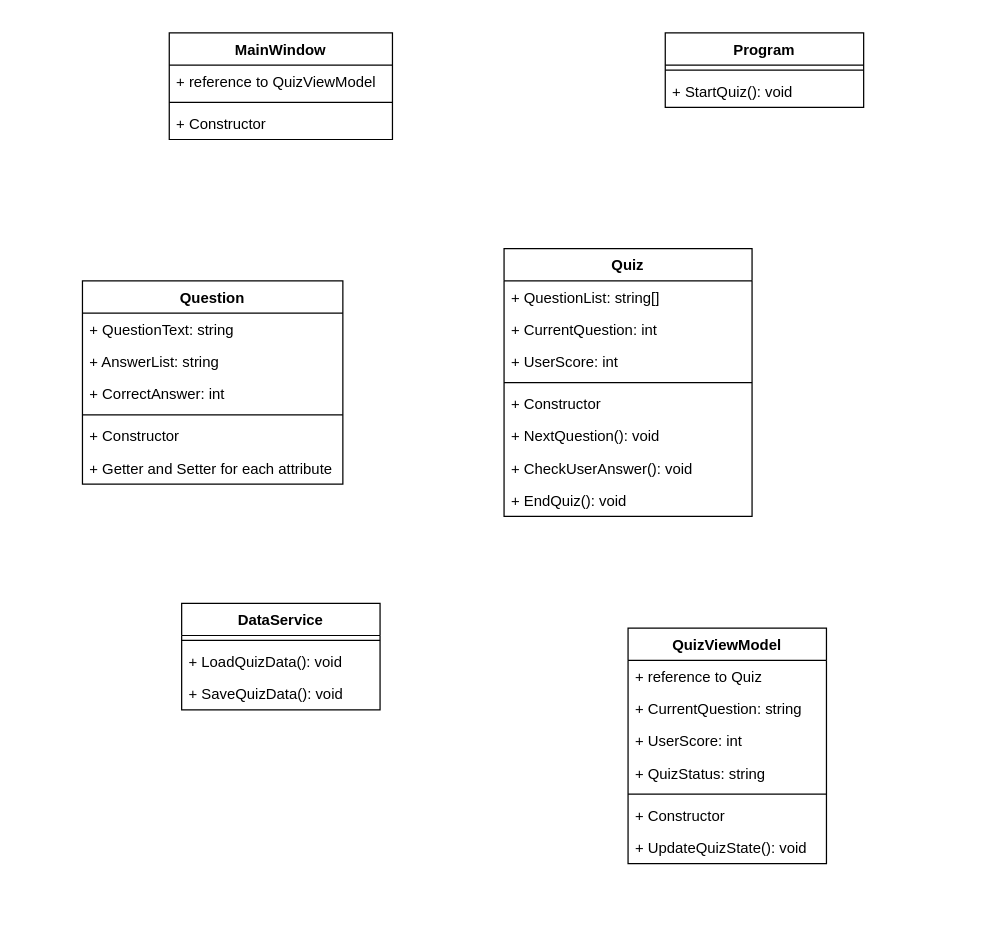
This is QuizApp.drawio from styrexandhitzoki/QuizApp, a draw.io file, before an edit. Source tidied: cells renumbered, new cells numbered last; positions are measured from the earlier drawing's top-left corner, leaving out a move shared by most shapes. Both pictures are drawn from the tidied source at 124%, with x=0, y=0 at pixel (82, 32).
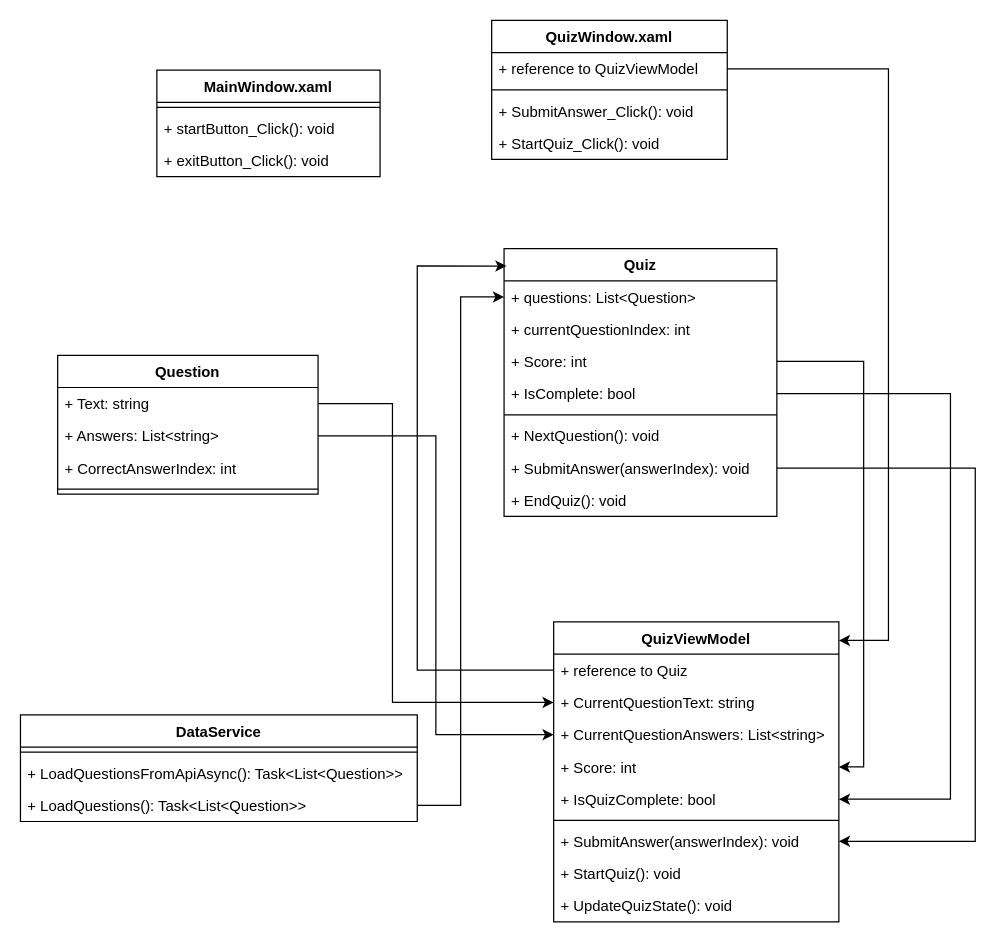
The same page after the edit.

The edit, as a diff of the source:
```diff
@@
-    <mxCell id="2" value="MainWindow" style="swimlane;fontStyle=1;align=center;verticalAlign=top;horizontal=1;startSize=26;" parent="1" vertex="1">
-      <mxGeometry x="70" width="180" height="86" as="geometry" />
+    <mxCell id="2" value="MainWindow.xaml" style="swimlane;fontStyle=1;align=center;verticalAlign=top;horizontal=1;startSize=26;" parent="1" vertex="1">
+      <mxGeometry x="60" y="30" width="180" height="86" as="geometry" />
     </mxCell>
-    <mxCell id="3" value="+ reference to QuizViewModel" style="text;strokeColor=none;fillColor=none;align=left;verticalAlign=top;spacingLeft=4;spacingRight=4;overflow=hidden;points=[[0,0.5],[1,0.5]];portConstraint=eastwest;" parent="2" vertex="1">
-      <mxGeometry y="26" width="180" height="26" as="geometry" />
-    </mxCell>
     <mxCell id="4" style="line;strokeWidth=1;fillColor=none;align=left;verticalAlign=middle;spacingTop=-1;spacingLeft=3;spacingRight=3;labelPosition=right;strokeColor=inherit;" parent="2" vertex="1">
-      <mxGeometry y="52" width="180" height="8" as="geometry" />
+      <mxGeometry y="26" width="180" height="8" as="geometry" />
     </mxCell>
-    <mxCell id="5" value="+ Constructor" style="text;strokeColor=none;fillColor=none;align=left;verticalAlign=top;spacingLeft=4;spacingRight=4;overflow=hidden;" parent="2" vertex="1">
-      <mxGeometry y="60" width="180" height="26" as="geometry" />
-    </mxCell>
-    <mxCell id="6" value="Program" style="swimlane;fontStyle=1;align=center;verticalAlign=top;horizontal=1;startSize=26;" parent="1" vertex="1">
-      <mxGeometry x="470" width="160" height="60" as="geometry" />
-    </mxCell>
-    <mxCell id="7" style="line;strokeWidth=1;fillColor=none;align=left;verticalAlign=middle;spacingTop=-1;spacingLeft=3;spacingRight=3;labelPosition=right;strokeColor=inherit;" parent="6" vertex="1">
-      <mxGeometry y="26" width="160" height="8" as="geometry" />
-    </mxCell>
-    <mxCell id="8" value="+ StartQuiz(): void" style="text;strokeColor=none;fillColor=none;align=left;verticalAlign=top;spacingLeft=4;spacingRight=4;overflow=hidden;" parent="6" vertex="1">
-      <mxGeometry y="34" width="160" height="26" as="geometry" />
-    </mxCell>
+    <mxCell id="37" value="+ startButton_Click(): void" style="text;strokeColor=none;fillColor=none;align=left;verticalAlign=top;spacingLeft=4;spacingRight=4;overflow=hidden;" parent="2" vertex="1">
+      <mxGeometry y="34" width="180" height="26" as="geometry" />
+    </mxCell>
+    <mxCell id="38" value="+ exitButton_Click(): void" style="text;strokeColor=none;fillColor=none;align=left;verticalAlign=top;spacingLeft=4;spacingRight=4;overflow=hidden;" parent="2" vertex="1">
+      <mxGeometry y="60" width="180" height="26" as="geometry" />
+    </mxCell>
     <mxCell id="9" value="Question" style="swimlane;fontStyle=1;align=center;verticalAlign=top;horizontal=1;startSize=26;" parent="1" vertex="1">
-      <mxGeometry y="200" width="210" height="164" as="geometry" />
+      <mxGeometry x="-20" y="260" width="210" height="112" as="geometry" />
     </mxCell>
-    <mxCell id="10" value="+ QuestionText: string" style="text;strokeColor=none;fillColor=none;align=left;verticalAlign=top;spacingLeft=4;spacingRight=4;overflow=hidden;points=[[0,0.5],[1,0.5]];portConstraint=eastwest;" parent="9" vertex="1">
+    <mxCell id="10" value="+ Text: string" style="text;strokeColor=none;fillColor=none;align=left;verticalAlign=top;spacingLeft=4;spacingRight=4;overflow=hidden;points=[[0,0.5],[1,0.5]];portConstraint=eastwest;" parent="9" vertex="1">
       <mxGeometry y="26" width="210" height="26" as="geometry" />
     </mxCell>
-    <mxCell id="11" value="+ AnswerList: string" style="text;strokeColor=none;fillColor=none;align=left;verticalAlign=top;spacingLeft=4;spacingRight=4;overflow=hidden;points=[[0,0.5],[1,0.5]];portConstraint=eastwest;" parent="9" vertex="1">
+    <mxCell id="11" value="+ Answers: List&lt;string&gt;" style="text;strokeColor=none;fillColor=none;align=left;verticalAlign=top;spacingLeft=4;spacingRight=4;overflow=hidden;points=[[0,0.5],[1,0.5]];portConstraint=eastwest;" parent="9" vertex="1">
       <mxGeometry y="52" width="210" height="26" as="geometry" />
     </mxCell>
-    <mxCell id="12" value="+ CorrectAnswer: int" style="text;strokeColor=none;fillColor=none;align=left;verticalAlign=top;spacingLeft=4;spacingRight=4;overflow=hidden;" parent="9" vertex="1">
+    <mxCell id="12" value="+ CorrectAnswerIndex: int" style="text;strokeColor=none;fillColor=none;align=left;verticalAlign=top;spacingLeft=4;spacingRight=4;overflow=hidden;" parent="9" vertex="1">
       <mxGeometry y="78" width="210" height="26" as="geometry" />
     </mxCell>
@@
-    <mxCell id="14" value="+ Constructor" style="text;strokeColor=none;fillColor=none;align=left;verticalAlign=top;spacingLeft=4;spacingRight=4;overflow=hidden;" parent="9" vertex="1">
-      <mxGeometry y="112" width="210" height="26" as="geometry" />
-    </mxCell>
-    <mxCell id="15" value="+ Getter and Setter for each attribute" style="text;strokeColor=none;fillColor=none;align=left;verticalAlign=top;spacingLeft=4;spacingRight=4;overflow=hidden;" parent="9" vertex="1">
-      <mxGeometry y="138" width="210" height="26" as="geometry" />
-    </mxCell>
     <mxCell id="16" value="Quiz" style="swimlane;fontStyle=1;align=center;verticalAlign=top;horizontal=1;startSize=26;" parent="1" vertex="1">
-      <mxGeometry x="340" y="174" width="200" height="216" as="geometry" />
+      <mxGeometry x="340" y="174" width="220" height="216" as="geometry" />
     </mxCell>
-    <mxCell id="17" value="+ QuestionList: string[]" style="text;strokeColor=none;fillColor=none;align=left;verticalAlign=top;spacingLeft=4;spacingRight=4;overflow=hidden;points=[[0,0.5],[1,0.5]];portConstraint=eastwest;" parent="16" vertex="1">
-      <mxGeometry y="26" width="200" height="26" as="geometry" />
+    <mxCell id="17" value="+ questions: List&lt;Question&gt;" style="text;strokeColor=none;fillColor=none;align=left;verticalAlign=top;spacingLeft=4;spacingRight=4;overflow=hidden;points=[[0,0.5],[1,0.5]];portConstraint=eastwest;" parent="16" vertex="1">
+      <mxGeometry y="26" width="220" height="26" as="geometry" />
     </mxCell>
-    <mxCell id="18" value="+ CurrentQuestion: int" style="text;strokeColor=none;fillColor=none;align=left;verticalAlign=top;spacingLeft=4;spacingRight=4;overflow=hidden;" parent="16" vertex="1">
-      <mxGeometry y="52" width="200" height="26" as="geometry" />
+    <mxCell id="18" value="+ currentQuestionIndex: int" style="text;strokeColor=none;fillColor=none;align=left;verticalAlign=top;spacingLeft=4;spacingRight=4;overflow=hidden;" parent="16" vertex="1">
+      <mxGeometry y="52" width="220" height="26" as="geometry" />
     </mxCell>
-    <mxCell id="19" value="+ UserScore: int" style="text;strokeColor=none;fillColor=none;align=left;verticalAlign=top;spacingLeft=4;spacingRight=4;overflow=hidden;points=[[0,0.5],[1,0.5]];portConstraint=eastwest;" parent="16" vertex="1">
-      <mxGeometry y="78" width="200" height="26" as="geometry" />
+    <mxCell id="19" value="+ Score: int" style="text;strokeColor=none;fillColor=none;align=left;verticalAlign=top;spacingLeft=4;spacingRight=4;overflow=hidden;points=[[0,0.5],[1,0.5]];portConstraint=eastwest;" parent="16" vertex="1">
+      <mxGeometry y="78" width="220" height="26" as="geometry" />
     </mxCell>
+    <mxCell id="39" value="+ IsComplete: bool" style="text;strokeColor=none;fillColor=none;align=left;verticalAlign=top;spacingLeft=4;spacingRight=4;overflow=hidden;points=[[0,0.5],[1,0.5]];portConstraint=eastwest;" parent="16" vertex="1">
+      <mxGeometry y="104" width="220" height="26" as="geometry" />
+    </mxCell>
     <mxCell id="20" style="line;strokeWidth=1;fillColor=none;align=left;verticalAlign=middle;spacingTop=-1;spacingLeft=3;spacingRight=3;labelPosition=right;strokeColor=inherit;" parent="16" vertex="1">
-      <mxGeometry y="104" width="200" height="8" as="geometry" />
+      <mxGeometry y="130" width="220" height="8" as="geometry" />
     </mxCell>
-    <mxCell id="21" value="+ Constructor " style="text;strokeColor=none;fillColor=none;align=left;verticalAlign=top;spacingLeft=4;spacingRight=4;overflow=hidden;" parent="16" vertex="1">
-      <mxGeometry y="112" width="200" height="26" as="geometry" />
-    </mxCell>
     <mxCell id="22" value="+ NextQuestion(): void" style="text;strokeColor=none;fillColor=none;align=left;verticalAlign=top;spacingLeft=4;spacingRight=4;overflow=hidden;" parent="16" vertex="1">
-      <mxGeometry y="138" width="200" height="26" as="geometry" />
+      <mxGeometry y="138" width="220" height="26" as="geometry" />
     </mxCell>
-    <mxCell id="23" value="+ CheckUserAnswer(): void" style="text;strokeColor=none;fillColor=none;align=left;verticalAlign=top;spacingLeft=4;spacingRight=4;overflow=hidden;points=[[0,0.5],[1,0.5]];portConstraint=eastwest;" parent="16" vertex="1">
-      <mxGeometry y="164" width="200" height="26" as="geometry" />
+    <mxCell id="23" value="+ SubmitAnswer(answerIndex): void" style="text;strokeColor=none;fillColor=none;align=left;verticalAlign=top;spacingLeft=4;spacingRight=4;overflow=hidden;points=[[0,0.5],[1,0.5]];portConstraint=eastwest;" parent="16" vertex="1">
+      <mxGeometry y="164" width="220" height="26" as="geometry" />
     </mxCell>
     <mxCell id="24" value="+ EndQuiz(): void" style="text;strokeColor=none;fillColor=none;align=left;verticalAlign=top;spacingLeft=4;spacingRight=4;overflow=hidden;" parent="16" vertex="1">
-      <mxGeometry y="190" width="200" height="26" as="geometry" />
+      <mxGeometry y="190" width="220" height="26" as="geometry" />
     </mxCell>
     <mxCell id="25" value="DataService" style="swimlane;fontStyle=1;align=center;verticalAlign=top;horizontal=1;startSize=26;" parent="1" vertex="1">
-      <mxGeometry x="80" y="460" width="160" height="86" as="geometry" />
+      <mxGeometry x="-50" y="550" width="320" height="86" as="geometry" />
     </mxCell>
     <mxCell id="26" style="line;strokeWidth=1;fillColor=none;align=left;verticalAlign=middle;spacingTop=-1;spacingLeft=3;spacingRight=3;labelPosition=right;strokeColor=inherit;" parent="25" vertex="1">
-      <mxGeometry y="26" width="160" height="8" as="geometry" />
+      <mxGeometry y="26" width="320" height="8" as="geometry" />
     </mxCell>
-    <mxCell id="27" value="+ LoadQuizData(): void" style="text;strokeColor=none;fillColor=none;align=left;verticalAlign=top;spacingLeft=4;spacingRight=4;overflow=hidden;" parent="25" vertex="1">
-      <mxGeometry y="34" width="160" height="26" as="geometry" />
+    <mxCell id="27" value="+ LoadQuestionsFromApiAsync(): Task&lt;List&lt;Question&gt;&gt;" style="text;strokeColor=none;fillColor=none;align=left;verticalAlign=top;spacingLeft=4;spacingRight=4;overflow=hidden;" parent="25" vertex="1">
+      <mxGeometry y="34" width="320" height="26" as="geometry" />
     </mxCell>
-    <mxCell id="28" value="+ SaveQuizData(): void" style="text;strokeColor=none;fillColor=none;align=left;verticalAlign=top;spacingLeft=4;spacingRight=4;overflow=hidden;points=[[0,0.5],[1,0.5]];portConstraint=eastwest;" parent="25" vertex="1">
-      <mxGeometry y="60" width="160" height="26" as="geometry" />
+    <mxCell id="28" value="+ LoadQuestions(): Task&lt;List&lt;Question&gt;&gt;" style="text;strokeColor=none;fillColor=none;align=left;verticalAlign=top;spacingLeft=4;spacingRight=4;overflow=hidden;points=[[0,0.5],[1,0.5]];portConstraint=eastwest;" parent="25" vertex="1">
+      <mxGeometry y="60" width="320" height="26" as="geometry" />
     </mxCell>
     <mxCell id="29" value="QuizViewModel" style="swimlane;fontStyle=1;align=center;verticalAlign=top;horizontal=1;startSize=26;" parent="1" vertex="1">
-      <mxGeometry x="440" y="480" width="160" height="190" as="geometry" />
+      <mxGeometry x="380" y="475" width="230" height="242" as="geometry" />
     </mxCell>
     <mxCell id="30" value="+ reference to Quiz" style="text;strokeColor=none;fillColor=none;align=left;verticalAlign=top;spacingLeft=4;spacingRight=4;overflow=hidden;points=[[0,0.5],[1,0.5]];portConstraint=eastwest;" parent="29" vertex="1">
-      <mxGeometry y="26" width="160" height="26" as="geometry" />
+      <mxGeometry y="26" width="230" height="26" as="geometry" />
     </mxCell>
-    <mxCell id="31" value="+ CurrentQuestion: string" style="text;strokeColor=none;fillColor=none;align=left;verticalAlign=top;spacingLeft=4;spacingRight=4;overflow=hidden;points=[[0,0.5],[1,0.5]];portConstraint=eastwest;" parent="29" vertex="1">
-      <mxGeometry y="52" width="160" height="26" as="geometry" />
+    <mxCell id="31" value="+ CurrentQuestionText: string" style="text;strokeColor=none;fillColor=none;align=left;verticalAlign=top;spacingLeft=4;spacingRight=4;overflow=hidden;points=[[0,0.5],[1,0.5]];portConstraint=eastwest;" parent="29" vertex="1">
+      <mxGeometry y="52" width="230" height="26" as="geometry" />
     </mxCell>
+    <mxCell id="40" value="+ CurrentQuestionAnswers: List&lt;string&gt;" style="text;strokeColor=none;fillColor=none;align=left;verticalAlign=top;spacingLeft=4;spacingRight=4;overflow=hidden;points=[[0,0.5],[1,0.5]];portConstraint=eastwest;" parent="29" vertex="1">
+      <mxGeometry y="78" width="230" height="26" as="geometry" />
+    </mxCell>
-    <mxCell id="32" value="+ UserScore: int" style="text;strokeColor=none;fillColor=none;align=left;verticalAlign=top;spacingLeft=4;spacingRight=4;overflow=hidden;points=[[0,0.5],[1,0.5]];portConstraint=eastwest;" parent="29" vertex="1">
-      <mxGeometry y="78" width="160" height="26" as="geometry" />
+    <mxCell id="32" value="+ Score: int" style="text;strokeColor=none;fillColor=none;align=left;verticalAlign=top;spacingLeft=4;spacingRight=4;overflow=hidden;points=[[0,0.5],[1,0.5]];portConstraint=eastwest;" parent="29" vertex="1">
+      <mxGeometry y="104" width="230" height="26" as="geometry" />
     </mxCell>
-    <mxCell id="33" value="+ QuizStatus: string" style="text;strokeColor=none;fillColor=none;align=left;verticalAlign=top;spacingLeft=4;spacingRight=4;overflow=hidden;points=[[0,0.5],[1,0.5]];portConstraint=eastwest;" parent="29" vertex="1">
-      <mxGeometry y="104" width="160" height="26" as="geometry" />
+    <mxCell id="33" value="+ IsQuizComplete: bool" style="text;strokeColor=none;fillColor=none;align=left;verticalAlign=top;spacingLeft=4;spacingRight=4;overflow=hidden;points=[[0,0.5],[1,0.5]];portConstraint=eastwest;" parent="29" vertex="1">
+      <mxGeometry y="130" width="230" height="26" as="geometry" />
     </mxCell>
     <mxCell id="34" style="line;strokeWidth=1;fillColor=none;align=left;verticalAlign=middle;spacingTop=-1;spacingLeft=3;spacingRight=3;labelPosition=right;strokeColor=inherit;" parent="29" vertex="1">
-      <mxGeometry y="130" width="160" height="8" as="geometry" />
+      <mxGeometry y="156" width="230" height="8" as="geometry" />
     </mxCell>
-    <mxCell id="35" value="+ Constructor" style="text;strokeColor=none;fillColor=none;align=left;verticalAlign=top;spacingLeft=4;spacingRight=4;overflow=hidden;" parent="29" vertex="1">
-      <mxGeometry y="138" width="160" height="26" as="geometry" />
-    </mxCell>
+    <mxCell id="41" value="+ SubmitAnswer(answerIndex): void" style="text;strokeColor=none;fillColor=none;align=left;verticalAlign=top;spacingLeft=4;spacingRight=4;overflow=hidden;points=[[0,0.5],[1,0.5]];portConstraint=eastwest;" parent="29" vertex="1">
+      <mxGeometry y="164" width="230" height="26" as="geometry" />
+    </mxCell>
+    <mxCell id="8" value="+ StartQuiz(): void" style="text;strokeColor=none;fillColor=none;align=left;verticalAlign=top;spacingLeft=4;spacingRight=4;overflow=hidden;" parent="29" vertex="1">
+      <mxGeometry y="190" width="230" height="26" as="geometry" />
+    </mxCell>
     <mxCell id="36" value="+ UpdateQuizState(): void" style="text;strokeColor=none;fillColor=none;align=left;verticalAlign=top;spacingLeft=4;spacingRight=4;overflow=hidden;" parent="29" vertex="1">
-      <mxGeometry y="164" width="160" height="26" as="geometry" />
+      <mxGeometry y="216" width="230" height="26" as="geometry" />
     </mxCell>
+    <mxCell id="42" value="QuizWindow.xaml" style="swimlane;fontStyle=1;align=center;verticalAlign=top;horizontal=1;startSize=26;" parent="1" vertex="1">
+      <mxGeometry x="330" y="-10" width="190" height="112" as="geometry" />
+    </mxCell>
+    <mxCell id="3" value="+ reference to QuizViewModel" style="text;strokeColor=none;fillColor=none;align=left;verticalAlign=top;spacingLeft=4;spacingRight=4;overflow=hidden;points=[[0,0.5],[1,0.5]];portConstraint=eastwest;" parent="42" vertex="1">
+      <mxGeometry y="26" width="190" height="26" as="geometry" />
+    </mxCell>
+    <mxCell id="43" style="line;strokeWidth=1;fillColor=none;align=left;verticalAlign=middle;spacingTop=-1;spacingLeft=3;spacingRight=3;labelPosition=right;strokeColor=inherit;" parent="42" vertex="1">
+      <mxGeometry y="52" width="190" height="8" as="geometry" />
+    </mxCell>
+    <mxCell id="44" value="+ SubmitAnswer_Click(): void" style="text;strokeColor=none;fillColor=none;align=left;verticalAlign=top;spacingLeft=4;spacingRight=4;overflow=hidden;" parent="42" vertex="1">
+      <mxGeometry y="60" width="190" height="26" as="geometry" />
+    </mxCell>
+    <mxCell id="45" value="+ StartQuiz_Click(): void" style="text;strokeColor=none;fillColor=none;align=left;verticalAlign=top;spacingLeft=4;spacingRight=4;overflow=hidden;" parent="42" vertex="1">
+      <mxGeometry y="86" width="190" height="26" as="geometry" />
+    </mxCell>
+    <mxCell id="46" style="edgeStyle=orthogonalEdgeStyle;rounded=0;jettySize=auto;html=1;" parent="1" edge="1" source="3" target="29">
+      <mxGeometry relative="1" as="geometry">
+        <Array as="points">
+          <mxPoint x="650" y="29" />
+          <mxPoint x="650" y="490" />
+        </Array>
+      </mxGeometry>
+    </mxCell>
+    <mxCell id="47" style="edgeStyle=orthogonalEdgeStyle;rounded=0;jettySize=auto;html=1;entryX=0.009;entryY=0.065;entryDx=0;entryDy=0;entryPerimeter=0;" parent="1" edge="1" source="30" target="16">
+      <mxGeometry relative="1" as="geometry">
+        <Array as="points">
+          <mxPoint x="270" y="514" />
+          <mxPoint x="270" y="188" />
+        </Array>
+      </mxGeometry>
+    </mxCell>
+    <mxCell id="48" style="edgeStyle=orthogonalEdgeStyle;rounded=0;jettySize=auto;html=1;entryX=0;entryY=0.5;entryDx=0;entryDy=0;" parent="1" edge="1" source="28" target="17">
+      <mxGeometry relative="1" as="geometry" />
+    </mxCell>
+    <mxCell id="49" style="edgeStyle=orthogonalEdgeStyle;rounded=0;jettySize=auto;html=1;entryX=1;entryY=0.5;entryDx=0;entryDy=0;" parent="1" edge="1" source="19" target="32">
+      <mxGeometry relative="1" as="geometry" />
+    </mxCell>
+    <mxCell id="50" style="edgeStyle=orthogonalEdgeStyle;rounded=0;jettySize=auto;html=1;entryX=0;entryY=0.5;entryDx=0;entryDy=0;" parent="1" edge="1" source="11" target="40">
+      <mxGeometry relative="1" as="geometry" />
+    </mxCell>
+    <mxCell id="51" style="edgeStyle=orthogonalEdgeStyle;rounded=0;jettySize=auto;html=1;entryX=0;entryY=0.5;entryDx=0;entryDy=0;" parent="1" edge="1" source="10" target="31">
+      <mxGeometry relative="1" as="geometry">
+        <Array as="points">
+          <mxPoint x="250" y="299" />
+          <mxPoint x="250" y="540" />
+        </Array>
+      </mxGeometry>
+    </mxCell>
+    <mxCell id="52" style="edgeStyle=orthogonalEdgeStyle;rounded=0;jettySize=auto;html=1;entryX=1;entryY=0.5;entryDx=0;entryDy=0;" parent="1" edge="1" source="39" target="33">
+      <mxGeometry relative="1" as="geometry">
+        <Array as="points">
+          <mxPoint x="700" y="291" />
+          <mxPoint x="700" y="618" />
+        </Array>
+      </mxGeometry>
+    </mxCell>
+    <mxCell id="53" style="edgeStyle=orthogonalEdgeStyle;rounded=0;jettySize=auto;html=1;entryX=1;entryY=0.5;entryDx=0;entryDy=0;" parent="1" edge="1" source="23" target="41">
+      <mxGeometry relative="1" as="geometry">
+        <Array as="points">
+          <mxPoint x="720" y="351" />
+          <mxPoint x="720" y="652" />
+        </Array>
+      </mxGeometry>
+    </mxCell>
```
